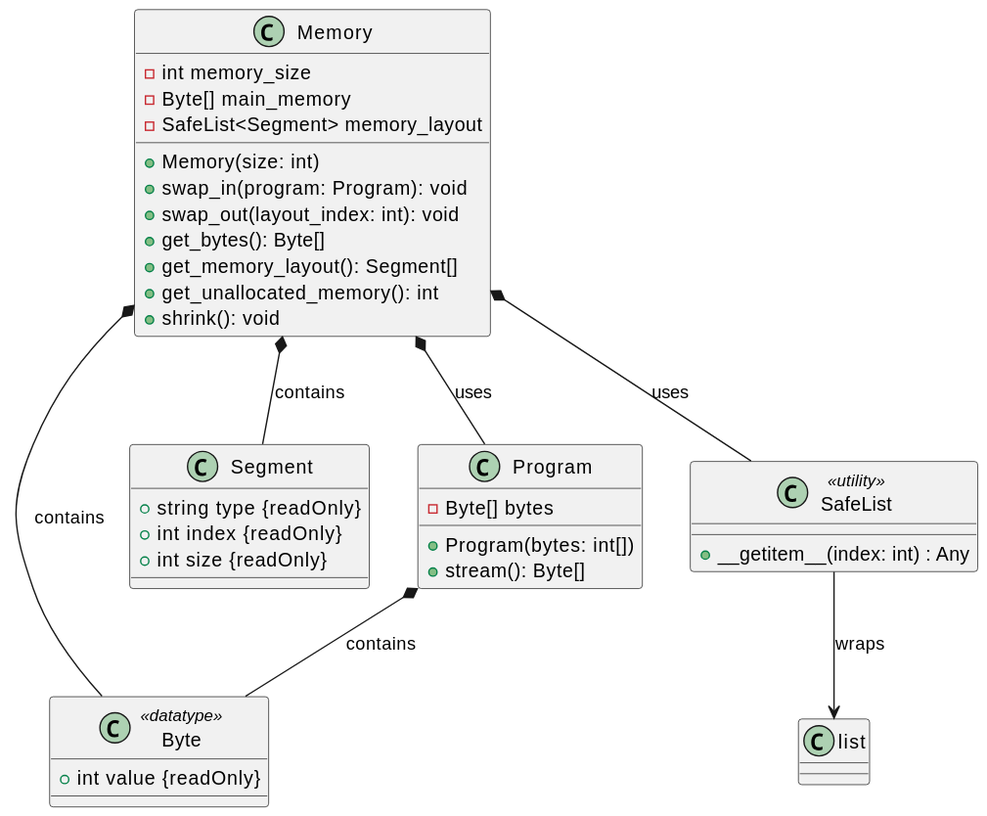
The PlantUML diagram out/schema/MEMSIM.svg in Caue-Aron/MEMSIM, before a commit.
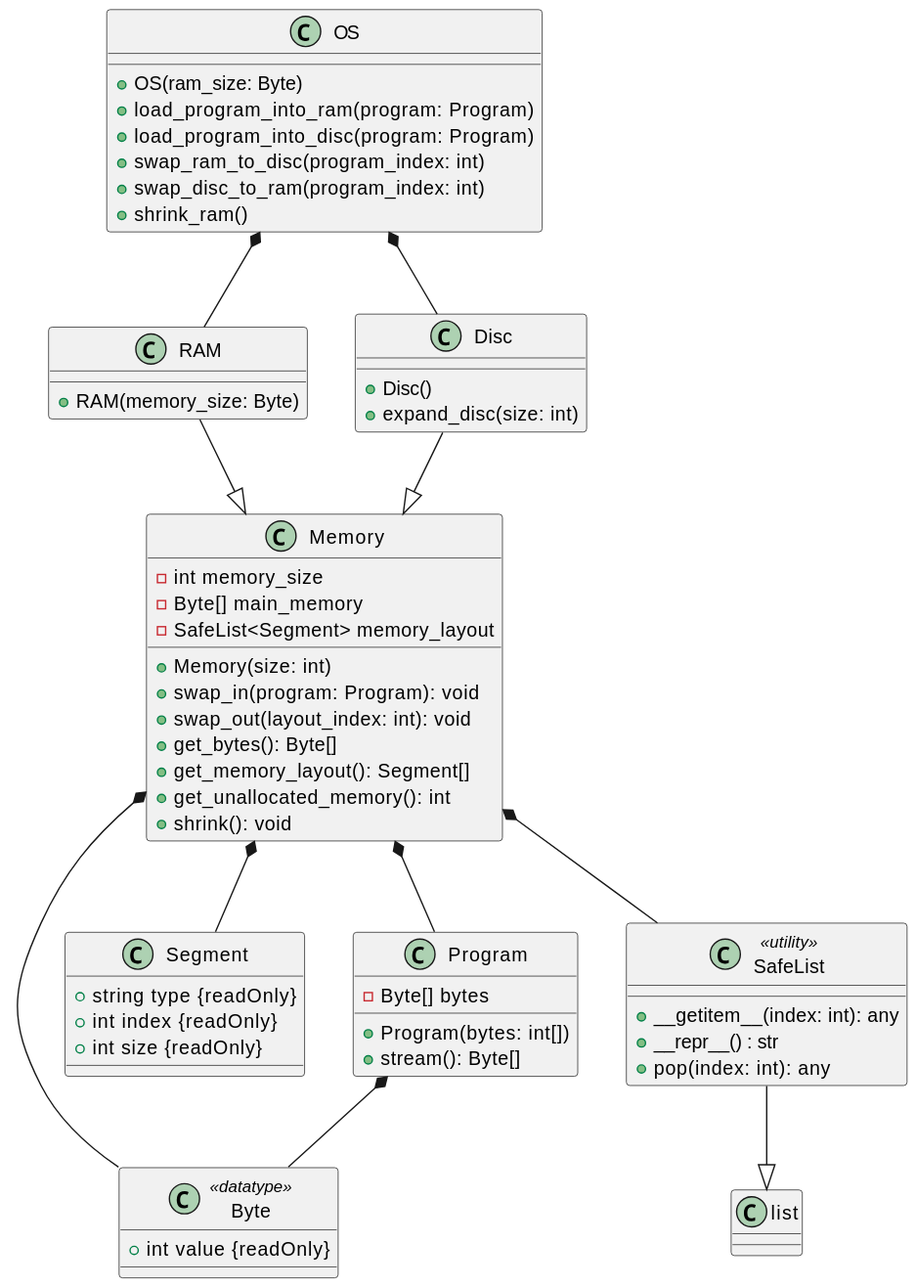
After the commit.

Commit message:
fix(memsim): ajustado docs

The edit, as a diff of the source:
```diff
@@ -13,6 +13,15 @@
     + shrink(): void
 }
 
+class RAM {
+    + RAM(memory_size: Byte)
+}
+
+class Disc {
+    + Disc()
+    + expand_disc(size: int)
+}
+
 class Byte <<datatype>> {
     + int value {readOnly}
 }
@@ -23,8 +32,19 @@
     + int size {readOnly}
 }
 
+class OS {
+    + OS(ram_size: Byte)
+    + load_program_into_ram(program: Program)
+    + load_program_into_disc(program: Program)
+    + swap_ram_to_disc(program_index: int)
+    + swap_disc_to_ram(program_index: int)
+    + shrink_ram()
+}
+
 class SafeList <<utility>> {
-    + __getitem__(index: int) : Any
+    + __getitem__(index: int): any
+    + __repr__() : str
+    + pop(index: int): any
 }
 
 class Program {
@@ -34,10 +54,14 @@
     + stream(): Byte[]
 }
 
-SafeList --> list : wraps
-Memory *-- Program : uses
-Memory *-- SafeList : uses
-Memory *-- Segment : contains
-Memory *-- Byte : contains
-Program *-- Byte : contains
+OS *-- RAM
+OS *-- Disc
+Disc --|> Memory
+RAM --|> Memory
+SafeList --|> list
+Memory *-- Byte
+Program *-- Byte
+Memory *-- Segment
+Memory *-- Program
+Memory *-- SafeList
 @enduml
```
